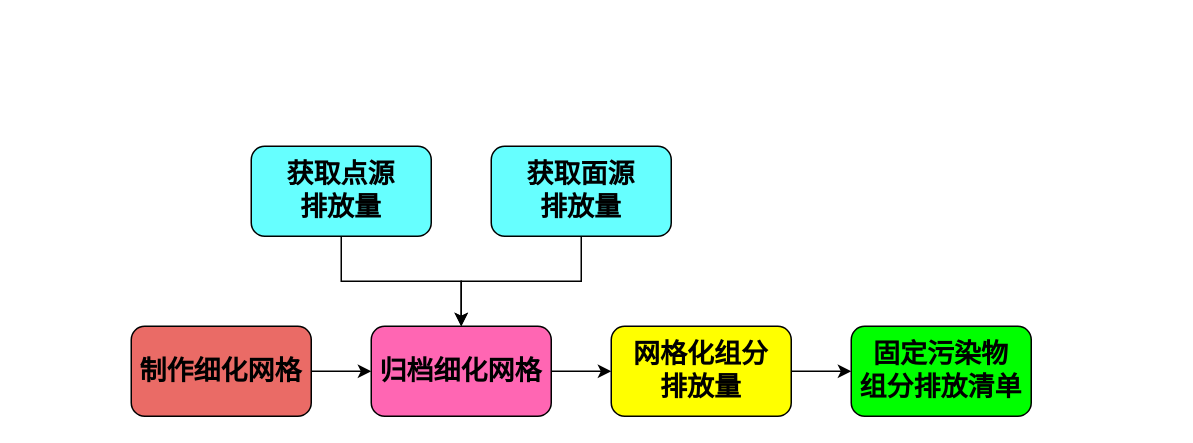
The draw.io diagram 固定污染源源清单.drawio in WienWong/Misc, before the edit. Source tidied: cells renumbered, new cells numbered last; positions are measured from the earlier drawing's top-left corner, leaving out a move shared by most shapes. Both pictures are drawn from the tidied source at 150%, with x=0, y=0 at pixel (130, 146).
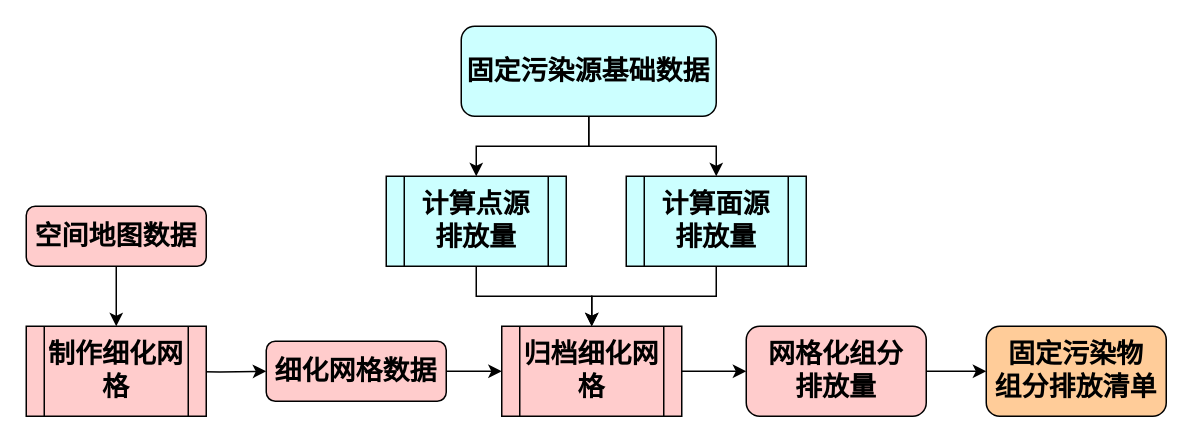
Above is the later version.

Commit message:
Update 固定污染源源清单.drawio

Diff of the diagram source:
```diff
@@
-    <mxCell id="2" style="edgeStyle=orthogonalEdgeStyle;rounded=0;jettySize=auto;html=1;exitX=1;exitY=0.5;exitDx=0;exitDy=0;entryX=0;entryY=0.5;entryDx=0;entryDy=0;" parent="1" edge="1" source="3" target="5">
-      <mxGeometry relative="1" as="geometry" />
-    </mxCell>
-    <mxCell id="3" value="&lt;b&gt;&lt;font style=&quot;font-size: 18px&quot;&gt;制作细化网格&lt;/font&gt;&lt;/b&gt;" style="rounded=1;whiteSpace=wrap;html=1;fillColor=#EA6B66;" parent="1" vertex="1">
-      <mxGeometry y="120" width="120" height="60" as="geometry" />
-    </mxCell>
-    <mxCell id="4" style="edgeStyle=orthogonalEdgeStyle;rounded=0;jettySize=auto;html=1;exitX=1;exitY=0.5;exitDx=0;exitDy=0;entryX=0;entryY=0.5;entryDx=0;entryDy=0;" parent="1" edge="1" source="5" target="9">
-      <mxGeometry relative="1" as="geometry" />
-    </mxCell>
-    <mxCell id="5" value="&lt;b&gt;&lt;font style=&quot;font-size: 18px&quot;&gt;归档细化网格&lt;/font&gt;&lt;/b&gt;" style="rounded=1;whiteSpace=wrap;html=1;fillColor=#FF66B3;" parent="1" vertex="1">
-      <mxGeometry x="160" y="120" width="120" height="60" as="geometry" />
-    </mxCell>
-    <mxCell id="6" style="edgeStyle=orthogonalEdgeStyle;rounded=0;jettySize=auto;html=1;exitX=0.5;exitY=1;exitDx=0;exitDy=0;entryX=0.5;entryY=0;entryDx=0;entryDy=0;" parent="1" edge="1" source="7" target="5">
-      <mxGeometry relative="1" as="geometry" />
-    </mxCell>
-    <mxCell id="7" value="&lt;b&gt;&lt;font style=&quot;font-size: 18px&quot;&gt;获取点源&lt;br&gt;排放量&lt;/font&gt;&lt;/b&gt;" style="rounded=1;whiteSpace=wrap;html=1;fillColor=#66FFFF;" parent="1" vertex="1">
-      <mxGeometry x="80" width="120" height="60" as="geometry" />
-    </mxCell>
@@
-    <mxCell id="9" value="&lt;b&gt;&lt;font style=&quot;font-size: 18px&quot;&gt;网格化组分&lt;br&gt;排放量&lt;/font&gt;&lt;/b&gt;" style="rounded=1;whiteSpace=wrap;html=1;fillColor=#FFFF00;" parent="1" vertex="1">
-      <mxGeometry x="320" y="120" width="120" height="60" as="geometry" />
+    <mxCell id="9" value="&lt;b&gt;&lt;font style=&quot;font-size: 18px&quot;&gt;网格化组分&lt;br&gt;排放量&lt;/font&gt;&lt;/b&gt;" style="rounded=1;whiteSpace=wrap;html=1;fillColor=#FFCCCC;" parent="1" vertex="1">
+      <mxGeometry x="410" y="120" width="120" height="60" as="geometry" />
     </mxCell>
-    <mxCell id="10" value="&lt;b&gt;&lt;font style=&quot;font-size: 18px&quot;&gt;固定污染物&lt;br&gt;组分排放清单&lt;/font&gt;&lt;/b&gt;" style="rounded=1;whiteSpace=wrap;html=1;fillColor=#00FF00;" parent="1" vertex="1">
-      <mxGeometry x="480" y="120" width="120" height="60" as="geometry" />
+    <mxCell id="10" value="&lt;b&gt;&lt;font style=&quot;font-size: 18px&quot;&gt;固定污染物&lt;br&gt;组分排放清单&lt;/font&gt;&lt;/b&gt;" style="rounded=1;whiteSpace=wrap;html=1;fillColor=#FFCC99;" parent="1" vertex="1">
+      <mxGeometry x="570" y="120" width="120" height="60" as="geometry" />
     </mxCell>
-    <mxCell id="11" style="edgeStyle=orthogonalEdgeStyle;rounded=0;jettySize=auto;html=1;exitX=0.5;exitY=1;exitDx=0;exitDy=0;" parent="1" edge="1" source="12" target="5">
-      <mxGeometry relative="1" as="geometry" />
-    </mxCell>
+    <mxCell id="13" style="edgeStyle=orthogonalEdgeStyle;rounded=0;jettySize=auto;html=1;exitX=0.5;exitY=1;exitDx=0;exitDy=0;" parent="1" edge="1" source="12" target="21">
+      <mxGeometry relative="1" as="geometry" />
+    </mxCell>
+    <mxCell id="14" style="edgeStyle=orthogonalEdgeStyle;rounded=0;jettySize=auto;html=1;exitX=0.5;exitY=1;exitDx=0;exitDy=0;entryX=0.5;entryY=0;entryDx=0;entryDy=0;" parent="1" edge="1" source="12" target="23">
+      <mxGeometry relative="1" as="geometry" />
+    </mxCell>
-    <mxCell id="12" value="&lt;b&gt;&lt;font style=&quot;font-size: 18px&quot;&gt;获取面源&lt;br&gt;排放量&lt;/font&gt;&lt;/b&gt;" style="rounded=1;whiteSpace=wrap;html=1;fillColor=#66FFFF;" parent="1" vertex="1">
-      <mxGeometry x="240" width="120" height="60" as="geometry" />
+    <mxCell id="12" value="&lt;span style=&quot;font-size: 18px&quot;&gt;&lt;b&gt;固定污染源基础数据&lt;/b&gt;&lt;/span&gt;" style="rounded=1;whiteSpace=wrap;html=1;fillColor=#CCFFFF;" parent="1" vertex="1">
+      <mxGeometry x="220" y="-80" width="170" height="60" as="geometry" />
     </mxCell>
+    <mxCell id="15" style="edgeStyle=orthogonalEdgeStyle;rounded=0;jettySize=auto;html=1;exitX=1;exitY=0.5;exitDx=0;exitDy=0;entryX=0;entryY=0.5;entryDx=0;entryDy=0;" parent="1" edge="1" target="17">
+      <mxGeometry relative="1" as="geometry">
+        <mxPoint x="27" y="150" as="sourcePoint" />
+      </mxGeometry>
+    </mxCell>
+    <mxCell id="16" style="edgeStyle=orthogonalEdgeStyle;rounded=0;jettySize=auto;html=1;exitX=1;exitY=0.5;exitDx=0;exitDy=0;entryX=0;entryY=0.5;entryDx=0;entryDy=0;" parent="1" edge="1" source="17" target="5">
+      <mxGeometry relative="1" as="geometry" />
+    </mxCell>
+    <mxCell id="17" value="&lt;font style=&quot;font-size: 18px&quot;&gt;&lt;b&gt;细化网格数据&lt;/b&gt;&lt;/font&gt;" style="rounded=1;whiteSpace=wrap;html=1;fontSize=12;glass=0;strokeWidth=1;shadow=0;fillColor=#FFCCCC;" parent="1" vertex="1">
+      <mxGeometry x="90" y="130" width="120" height="40" as="geometry" />
+    </mxCell>
+    <mxCell id="3" value="&lt;font style=&quot;font-size: 18px&quot;&gt;&lt;b&gt;制作细化网格&lt;/b&gt;&lt;/font&gt;" style="shape=process;whiteSpace=wrap;html=1;backgroundOutline=1;fillColor=#FFCCCC;" parent="1" vertex="1">
+      <mxGeometry x="-70" y="120" width="120" height="60" as="geometry" />
+    </mxCell>
+    <mxCell id="18" style="edgeStyle=orthogonalEdgeStyle;rounded=0;jettySize=auto;html=1;exitX=0.5;exitY=1;exitDx=0;exitDy=0;entryX=0.5;entryY=0;entryDx=0;entryDy=0;" parent="1" edge="1" source="19" target="3">
+      <mxGeometry relative="1" as="geometry" />
+    </mxCell>
+    <mxCell id="19" value="&lt;font style=&quot;font-size: 18px&quot;&gt;&lt;b&gt;空间地图数据&lt;/b&gt;&lt;/font&gt;" style="rounded=1;whiteSpace=wrap;html=1;fontSize=12;glass=0;strokeWidth=1;shadow=0;fillColor=#FFCCCC;" parent="1" vertex="1">
+      <mxGeometry x="-70" y="40" width="120" height="40" as="geometry" />
+    </mxCell>
+    <mxCell id="4" style="edgeStyle=orthogonalEdgeStyle;rounded=0;jettySize=auto;html=1;exitX=1;exitY=0.5;exitDx=0;exitDy=0;entryX=0;entryY=0.5;entryDx=0;entryDy=0;" parent="1" edge="1" source="5" target="9">
+      <mxGeometry relative="1" as="geometry" />
+    </mxCell>
+    <mxCell id="5" value="&lt;b style=&quot;font-size: 18px&quot;&gt;归档细化网格&lt;/b&gt;" style="shape=process;whiteSpace=wrap;html=1;backgroundOutline=1;fillColor=#FFCCCC;" parent="1" vertex="1">
+      <mxGeometry x="247" y="120" width="120" height="60" as="geometry" />
+    </mxCell>
+    <mxCell id="20" style="edgeStyle=orthogonalEdgeStyle;rounded=0;jettySize=auto;html=1;exitX=0.5;exitY=1;exitDx=0;exitDy=0;entryX=0.5;entryY=0;entryDx=0;entryDy=0;" parent="1" edge="1" source="21" target="5">
+      <mxGeometry relative="1" as="geometry" />
+    </mxCell>
+    <mxCell id="21" value="&lt;b&gt;&lt;font style=&quot;font-size: 18px&quot;&gt;计算点源&lt;br&gt;排放量&lt;/font&gt;&lt;/b&gt;" style="shape=process;whiteSpace=wrap;html=1;backgroundOutline=1;fillColor=#CCFFFF;" parent="1" vertex="1">
+      <mxGeometry x="170" y="20" width="120" height="60" as="geometry" />
+    </mxCell>
+    <mxCell id="22" style="edgeStyle=orthogonalEdgeStyle;rounded=0;jettySize=auto;html=1;exitX=0.5;exitY=1;exitDx=0;exitDy=0;entryX=0.5;entryY=0;entryDx=0;entryDy=0;" parent="1" edge="1" source="23" target="5">
+      <mxGeometry relative="1" as="geometry" />
+    </mxCell>
+    <mxCell id="23" value="&lt;b&gt;&lt;font style=&quot;font-size: 18px&quot;&gt;计算面源&lt;br&gt;排放量&lt;/font&gt;&lt;/b&gt;" style="shape=process;whiteSpace=wrap;html=1;backgroundOutline=1;fillColor=#CCFFFF;" parent="1" vertex="1">
+      <mxGeometry x="330" y="20" width="120" height="60" as="geometry" />
+    </mxCell>
```
